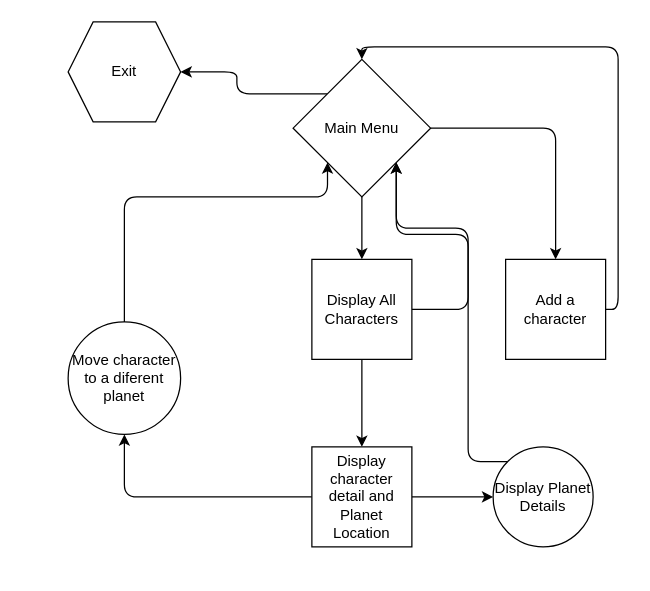
Above: StarWars-nav-flow.drawio in mbeale210/python-p3-v2-final-project-template (draw.io), before the change. Source tidied: cells renumbered, new cells numbered last; positions are measured from the earlier drawing's top-left corner, leaving out a move shared by most shapes. Both pictures are drawn from the tidied source at 125%, with x=0, y=0 at pixel (68, 21).
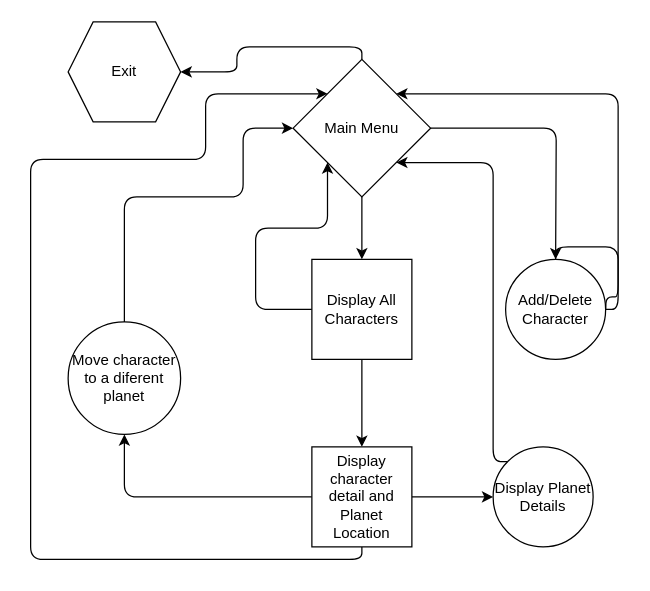
The same page after the edit.

Unchanged cells that the change refers to:
```xml
<mxCell id="5" value="Main Menu&lt;br&gt;" style="rhombus;whiteSpace=wrap;html=1;" parent="1" vertex="1">
  <mxGeometry x="180" y="30" width="110" height="110" as="geometry" />
</mxCell>
<mxCell id="8" value="Display All Characters" style="whiteSpace=wrap;html=1;" parent="1" vertex="1">
  <mxGeometry x="195" y="190" width="80" height="80" as="geometry" />
</mxCell>
<mxCell id="11" value="Exit" style="shape=hexagon;perimeter=hexagonPerimeter2;whiteSpace=wrap;html=1;fixedSize=1;" parent="1" vertex="1">
  <mxGeometry width="90" height="80" as="geometry" />
</mxCell>
<mxCell id="14" value="Display character detail and Planet Location" style="whiteSpace=wrap;html=1;" parent="1" vertex="1">
  <mxGeometry x="195" y="340" width="80" height="80" as="geometry" />
</mxCell>
<mxCell id="16" value="Display Planet Details" style="ellipse;whiteSpace=wrap;html=1;" parent="1" vertex="1">
  <mxGeometry x="340" y="340" width="80" height="80" as="geometry" />
</mxCell>
<mxCell id="18" value="Move character to a diferent planet" style="ellipse;whiteSpace=wrap;html=1;" parent="1" vertex="1">
  <mxGeometry y="240" width="90" height="90" as="geometry" />
</mxCell>
```

Change to the diagram source:
```diff
@@
-    <mxCell id="3" style="edgeStyle=orthogonalEdgeStyle;html=1;exitX=1;exitY=0.5;exitDx=0;exitDy=0;entryX=0.5;entryY=0;entryDx=0;entryDy=0;" parent="1" edge="1" source="5" target="10">
-      <mxGeometry relative="1" as="geometry" />
+    <mxCell id="3" style="edgeStyle=orthogonalEdgeStyle;html=1;exitX=1;exitY=0.5;exitDx=0;exitDy=0;entryX=0.5;entryY=0;entryDx=0;entryDy=0;" parent="1" edge="1" source="5">
+      <mxGeometry relative="1" as="geometry">
+        <mxPoint x="390" y="190" as="targetPoint" />
+      </mxGeometry>
     </mxCell>
-    <mxCell id="4" style="edgeStyle=orthogonalEdgeStyle;html=1;entryX=1;entryY=0.5;entryDx=0;entryDy=0;exitX=0;exitY=0;exitDx=0;exitDy=0;" parent="1" edge="1" source="5" target="11">
+    <mxCell id="4" style="edgeStyle=orthogonalEdgeStyle;html=1;entryX=1;entryY=0.5;entryDx=0;entryDy=0;exitX=0.5;exitY=0;exitDx=0;exitDy=0;" parent="1" edge="1" source="5" target="11">
       <mxGeometry relative="1" as="geometry" />
     </mxCell>
@@
-    <mxCell id="7" style="edgeStyle=orthogonalEdgeStyle;html=1;exitX=1;exitY=0.5;exitDx=0;exitDy=0;entryX=1;entryY=1;entryDx=0;entryDy=0;" parent="1" edge="1" source="8" target="5">
+    <mxCell id="7" style="edgeStyle=orthogonalEdgeStyle;html=1;exitX=0;exitY=0.5;exitDx=0;exitDy=0;entryX=0;entryY=1;entryDx=0;entryDy=0;" parent="1" edge="1" source="8" target="5">
       <mxGeometry relative="1" as="geometry">
         <Array as="points">
-          <mxPoint x="320" y="230" />
-          <mxPoint x="320" y="165" />
-          <mxPoint x="263" y="165" />
+          <mxPoint x="150" y="230" />
+          <mxPoint x="150" y="165" />
+          <mxPoint x="208" y="165" />
         </Array>
       </mxGeometry>
     </mxCell>
@@
-    <mxCell id="9" style="edgeStyle=orthogonalEdgeStyle;html=1;exitX=1;exitY=0.5;exitDx=0;exitDy=0;entryX=0.5;entryY=0;entryDx=0;entryDy=0;" parent="1" edge="1" source="10" target="5">
-      <mxGeometry relative="1" as="geometry" />
+    <mxCell id="9" style="edgeStyle=orthogonalEdgeStyle;html=1;exitX=1;exitY=0.5;exitDx=0;exitDy=0;entryX=1;entryY=0;entryDx=0;entryDy=0;startArrow=none;" parent="1" edge="1" source="21" target="5">
+      <mxGeometry relative="1" as="geometry">
+        <Array as="points">
+          <mxPoint x="440" y="230" />
+          <mxPoint x="440" y="58" />
+        </Array>
+      </mxGeometry>
     </mxCell>
-    <mxCell id="10" value="Add a character" style="whiteSpace=wrap;html=1;" parent="1" vertex="1">
-      <mxGeometry x="350" y="190" width="80" height="80" as="geometry" />
-    </mxCell>
@@
+    <mxCell id="19" style="edgeStyle=orthogonalEdgeStyle;html=1;exitX=0.5;exitY=1;exitDx=0;exitDy=0;entryX=0;entryY=0;entryDx=0;entryDy=0;" parent="1" edge="1" source="14" target="5">
+      <mxGeometry relative="1" as="geometry">
+        <Array as="points">
+          <mxPoint x="235" y="430" />
+          <mxPoint x="-30" y="430" />
+          <mxPoint x="-30" y="110" />
+          <mxPoint x="110" y="110" />
+          <mxPoint x="110" y="58" />
+        </Array>
+      </mxGeometry>
+    </mxCell>
@@
     <mxCell id="15" style="edgeStyle=orthogonalEdgeStyle;html=1;exitX=0;exitY=0;exitDx=0;exitDy=0;entryX=1;entryY=1;entryDx=0;entryDy=0;" parent="1" edge="1" source="16" target="5">
       <mxGeometry relative="1" as="geometry">
         <Array as="points">
-          <mxPoint x="320" y="352" />
-          <mxPoint x="320" y="170" />
-          <mxPoint x="263" y="170" />
+          <mxPoint x="340" y="352" />
+          <mxPoint x="340" y="113" />
         </Array>
       </mxGeometry>
     </mxCell>
@@
-    <mxCell id="17" style="edgeStyle=orthogonalEdgeStyle;html=1;exitX=0.5;exitY=0;exitDx=0;exitDy=0;entryX=0;entryY=1;entryDx=0;entryDy=0;" parent="1" edge="1" source="18" target="5">
+    <mxCell id="17" style="edgeStyle=orthogonalEdgeStyle;html=1;exitX=0.5;exitY=0;exitDx=0;exitDy=0;entryX=0;entryY=0.5;entryDx=0;entryDy=0;" parent="1" edge="1" source="18" target="5">
       <mxGeometry relative="1" as="geometry">
         <Array as="points">
           <mxPoint x="45" y="140" />
-          <mxPoint x="208" y="140" />
+          <mxPoint x="140" y="140" />
+          <mxPoint x="140" y="85" />
         </Array>
       </mxGeometry>
     </mxCell>
@@
+    <mxCell id="20" style="edgeStyle=orthogonalEdgeStyle;html=1;exitX=1;exitY=0.5;exitDx=0;exitDy=0;entryX=0.5;entryY=0;entryDx=0;entryDy=0;endArrow=none;" parent="1" edge="1" target="21">
+      <mxGeometry relative="1" as="geometry">
+        <mxPoint x="430" y="230" as="sourcePoint" />
+      </mxGeometry>
+    </mxCell>
+    <mxCell id="21" value="Add/Delete&lt;br&gt;Character" style="ellipse;whiteSpace=wrap;html=1;" parent="1" vertex="1">
+      <mxGeometry x="350" y="190" width="80" height="80" as="geometry" />
+    </mxCell>
```
